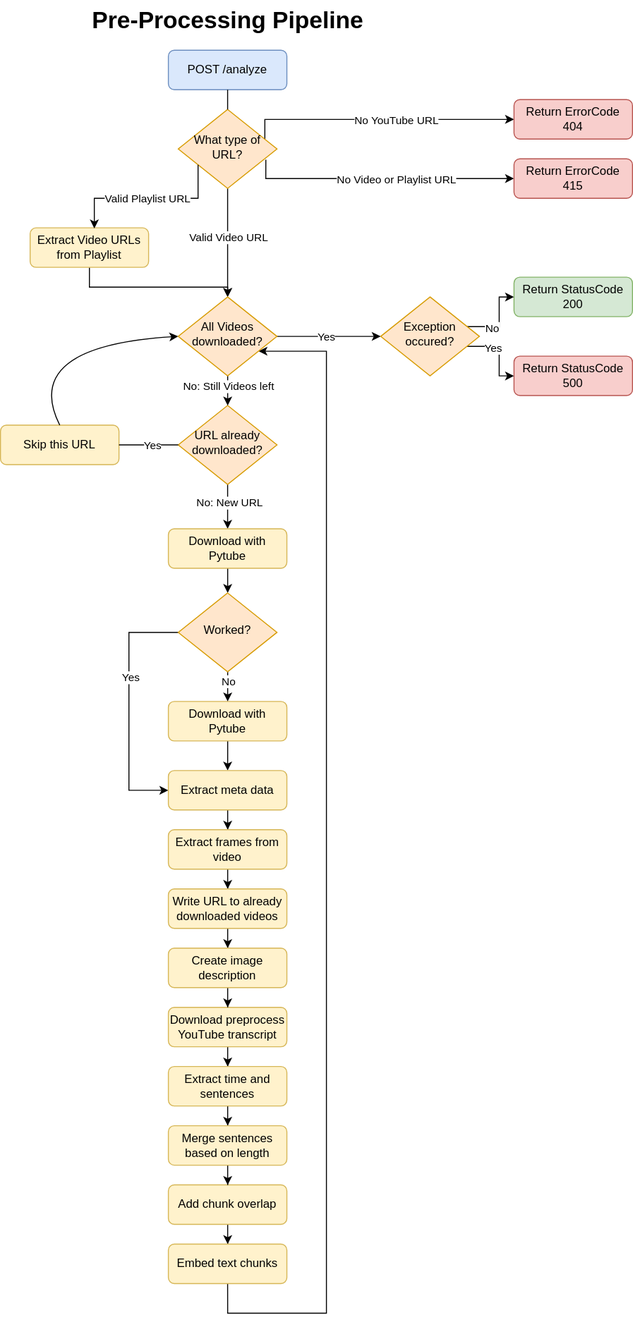
This is media/images/pre-processing-pipeline.svg from dneumnn/AcademicChatBot, a draw.io export, as it was before one commit. Source tidied: cells renumbered, new cells last; positions are measured from the earlier drawing's top-left corner, leaving out a move shared by most shapes.
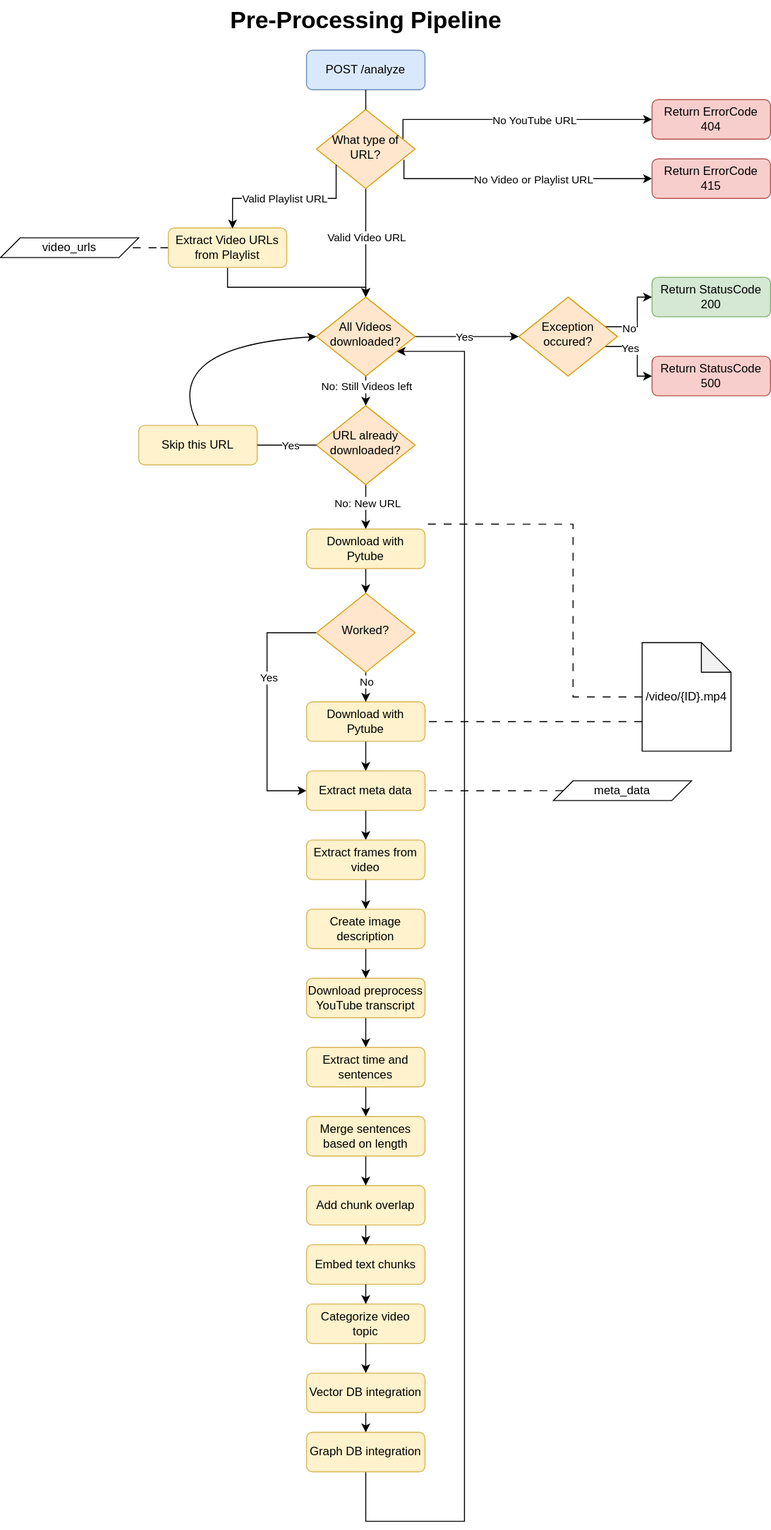
Later version of the same file.

Commit message:
Clean up data pipeline step 1

The edit, as a diff of the source:
```diff
@@ -56,6 +56,9 @@
         </Array>
       </mxGeometry>
     </mxCell>
+    <mxCell id="64" style="edgeStyle=orthogonalEdgeStyle;rounded=0;jettySize=auto;html=1;endArrow=none;endFill=0;dashed=1;dashPattern=8 8;" parent="1" edge="1" source="14" target="73">
+      <mxGeometry relative="1" as="geometry" />
+    </mxCell>
     <mxCell id="14" value="Extract Video URLs from Playlist" style="rounded=1;whiteSpace=wrap;html=1;fontSize=12;glass=0;strokeWidth=1;shadow=0;fillColor=#fff2cc;strokeColor=#d6b656;" parent="1" vertex="1">
       <mxGeometry x="30" y="230" width="120" height="40" as="geometry" />
     </mxCell>
@@ -68,11 +71,11 @@
     <mxCell id="17" value="URL already downloaded?" style="rhombus;whiteSpace=wrap;html=1;shadow=0;fontFamily=Helvetica;fontSize=12;align=center;strokeWidth=1;spacing=6;spacingTop=-4;fillColor=#ffe6cc;strokeColor=#d79b00;" parent="1" vertex="1">
       <mxGeometry x="180" y="410" width="100" height="80" as="geometry" />
     </mxCell>
-    <mxCell id="18" style="edgeStyle=orthogonalEdgeStyle;rounded=0;jettySize=auto;html=1;exitX=0.5;exitY=1;exitDx=0;exitDy=0;" parent="1" edge="1" source="57" target="29">
+    <mxCell id="18" style="edgeStyle=orthogonalEdgeStyle;rounded=0;jettySize=auto;html=1;exitX=0.5;exitY=1;exitDx=0;exitDy=0;" parent="1" edge="1" source="67" target="29">
       <mxGeometry relative="1" as="geometry">
         <Array as="points">
-          <mxPoint x="230" y="1330" />
-          <mxPoint x="330" y="1330" />
+          <mxPoint x="230" y="1540" />
+          <mxPoint x="330" y="1540" />
           <mxPoint x="330" y="355" />
         </Array>
       </mxGeometry>
@@ -177,42 +180,39 @@
     <mxCell id="44" value="Extract meta data" style="rounded=1;whiteSpace=wrap;html=1;fontSize=12;glass=0;strokeWidth=1;shadow=0;fillColor=#fff2cc;strokeColor=#d6b656;" parent="1" vertex="1">
       <mxGeometry x="170" y="780" width="120" height="40" as="geometry" />
     </mxCell>
-    <mxCell id="45" style="edgeStyle=orthogonalEdgeStyle;rounded=0;jettySize=auto;html=1;" parent="1" edge="1" source="46" target="48">
-      <mxGeometry relative="1" as="geometry" />
-    </mxCell>
+    <mxCell id="65" style="edgeStyle=orthogonalEdgeStyle;rounded=0;jettySize=auto;html=1;entryX=0.5;entryY=0;entryDx=0;entryDy=0;" parent="1" edge="1" source="46" target="56">
+      <mxGeometry relative="1" as="geometry" />
+    </mxCell>
     <mxCell id="46" value="Extract frames from video" style="rounded=1;whiteSpace=wrap;html=1;fontSize=12;glass=0;strokeWidth=1;shadow=0;fillColor=#fff2cc;strokeColor=#d6b656;" parent="1" vertex="1">
-      <mxGeometry x="170" y="840" width="120" height="40" as="geometry" />
+      <mxGeometry x="170" y="850" width="120" height="40" as="geometry" />
     </mxCell>
-    <mxCell id="47" style="edgeStyle=orthogonalEdgeStyle;rounded=0;jettySize=auto;html=1;" parent="1" edge="1" source="48" target="56">
-      <mxGeometry relative="1" as="geometry" />
-    </mxCell>
-    <mxCell id="48" value="Write URL to already downloaded videos" style="rounded=1;whiteSpace=wrap;html=1;fontSize=12;glass=0;strokeWidth=1;shadow=0;fillColor=#fff2cc;strokeColor=#d6b656;" parent="1" vertex="1">
-      <mxGeometry x="170" y="900" width="120" height="40" as="geometry" />
-    </mxCell>
     <mxCell id="49" style="edgeStyle=orthogonalEdgeStyle;rounded=0;jettySize=auto;html=1;" parent="1" edge="1" source="50" target="52">
       <mxGeometry relative="1" as="geometry" />
     </mxCell>
     <mxCell id="50" value="Download preprocess YouTube transcript" style="rounded=1;whiteSpace=wrap;html=1;fontSize=12;glass=0;strokeWidth=1;shadow=0;fillColor=#fff2cc;strokeColor=#d6b656;" parent="1" vertex="1">
-      <mxGeometry x="170" y="1020" width="120" height="40" as="geometry" />
+      <mxGeometry x="170" y="990" width="120" height="40" as="geometry" />
     </mxCell>
     <mxCell id="51" style="edgeStyle=orthogonalEdgeStyle;rounded=0;jettySize=auto;html=1;" parent="1" edge="1" source="52" target="54">
       <mxGeometry relative="1" as="geometry" />
     </mxCell>
     <mxCell id="52" value="Extract time and sentences" style="rounded=1;whiteSpace=wrap;html=1;fontSize=12;glass=0;strokeWidth=1;shadow=0;fillColor=#fff2cc;strokeColor=#d6b656;" parent="1" vertex="1">
-      <mxGeometry x="170" y="1080" width="120" height="40" as="geometry" />
+      <mxGeometry x="170" y="1060" width="120" height="40" as="geometry" />
     </mxCell>
     <mxCell id="53" style="edgeStyle=orthogonalEdgeStyle;rounded=0;jettySize=auto;html=1;" parent="1" edge="1" source="54" target="20">
       <mxGeometry relative="1" as="geometry" />
     </mxCell>
     <mxCell id="54" value="Merge sentences based on length" style="rounded=1;whiteSpace=wrap;html=1;fontSize=12;glass=0;strokeWidth=1;shadow=0;fillColor=#fff2cc;strokeColor=#d6b656;" parent="1" vertex="1">
-      <mxGeometry x="170" y="1140" width="120" height="40" as="geometry" />
+      <mxGeometry x="170" y="1130" width="120" height="40" as="geometry" />
     </mxCell>
     <mxCell id="55" style="edgeStyle=orthogonalEdgeStyle;rounded=0;jettySize=auto;html=1;" parent="1" edge="1" source="56" target="50">
       <mxGeometry relative="1" as="geometry" />
     </mxCell>
     <mxCell id="56" value="Create image description" style="rounded=1;whiteSpace=wrap;html=1;fontSize=12;glass=0;strokeWidth=1;shadow=0;fillColor=#fff2cc;strokeColor=#d6b656;" parent="1" vertex="1">
-      <mxGeometry x="170" y="960" width="120" height="40" as="geometry" />
+      <mxGeometry x="170" y="920" width="120" height="40" as="geometry" />
     </mxCell>
+    <mxCell id="66" style="edgeStyle=orthogonalEdgeStyle;rounded=0;jettySize=auto;html=1;entryX=0.5;entryY=0;entryDx=0;entryDy=0;" parent="1" edge="1" source="71" target="67">
+      <mxGeometry relative="1" as="geometry" />
+    </mxCell>
     <mxCell id="57" value="Embed text chunks" style="rounded=1;whiteSpace=wrap;html=1;fontSize=12;glass=0;strokeWidth=1;shadow=0;fillColor=#fff2cc;strokeColor=#d6b656;" parent="1" vertex="1">
       <mxGeometry x="170" y="1260" width="120" height="40" as="geometry" />
     </mxCell>
@@ -244,5 +244,54 @@
     <mxCell id="63" value="Exception occured?" style="rhombus;whiteSpace=wrap;html=1;shadow=0;fontFamily=Helvetica;fontSize=12;align=center;strokeWidth=1;spacing=6;spacingTop=-4;fillColor=#ffe6cc;strokeColor=#d79b00;" parent="1" vertex="1">
       <mxGeometry x="385" y="300" width="100" height="80" as="geometry" />
     </mxCell>
+    <mxCell id="67" value="Graph DB integration" style="rounded=1;whiteSpace=wrap;html=1;fontSize=12;glass=0;strokeWidth=1;shadow=0;fillColor=#fff2cc;strokeColor=#d6b656;" parent="1" vertex="1">
+      <mxGeometry x="170" y="1450" width="120" height="40" as="geometry" />
+    </mxCell>
+    <mxCell id="68" style="edgeStyle=orthogonalEdgeStyle;rounded=0;jettySize=auto;html=1;entryX=0.5;entryY=0;entryDx=0;entryDy=0;" parent="1" edge="1" source="57" target="69">
+      <mxGeometry relative="1" as="geometry" />
+    </mxCell>
+    <mxCell id="69" value="Categorize video topic" style="rounded=1;whiteSpace=wrap;html=1;fontSize=12;glass=0;strokeWidth=1;shadow=0;fillColor=#fff2cc;strokeColor=#d6b656;" parent="1" vertex="1">
+      <mxGeometry x="170" y="1320" width="120" height="40" as="geometry" />
+    </mxCell>
+    <mxCell id="70" style="edgeStyle=orthogonalEdgeStyle;rounded=0;jettySize=auto;html=1;entryX=0.5;entryY=0;entryDx=0;entryDy=0;" parent="1" edge="1" source="69" target="71">
+      <mxGeometry relative="1" as="geometry" />
+    </mxCell>
+    <mxCell id="71" value="Vector DB integration" style="rounded=1;whiteSpace=wrap;html=1;fontSize=12;glass=0;strokeWidth=1;shadow=0;fillColor=#fff2cc;strokeColor=#d6b656;" parent="1" vertex="1">
+      <mxGeometry x="170" y="1390" width="120" height="40" as="geometry" />
+    </mxCell>
+    <mxCell id="72" value="/video/{ID}.mp4" style="shape=note;whiteSpace=wrap;html=1;backgroundOutline=1;darkOpacity=0.05;" parent="1" vertex="1">
+      <mxGeometry x="510" y="650" width="90" height="110" as="geometry" />
+    </mxCell>
+    <mxCell id="73" value="video_urls" style="shape=parallelogram;perimeter=parallelogramPerimeter;whiteSpace=wrap;html=1;fixedSize=1;" parent="1" vertex="1">
+      <mxGeometry x="-140" y="240" width="140" height="20" as="geometry" />
+    </mxCell>
+    <mxCell id="74" style="edgeStyle=orthogonalEdgeStyle;rounded=0;jettySize=auto;html=1;endArrow=none;endFill=0;dashed=1;dashPattern=8 8;" parent="1" edge="1" source="72">
+      <mxGeometry relative="1" as="geometry">
+        <mxPoint x="290" y="530" as="targetPoint" />
+        <Array as="points">
+          <mxPoint x="440" y="705" />
+          <mxPoint x="440" y="530" />
+        </Array>
+      </mxGeometry>
+    </mxCell>
+    <mxCell id="75" style="edgeStyle=orthogonalEdgeStyle;rounded=0;jettySize=auto;html=1;endArrow=none;endFill=0;dashed=1;dashPattern=8 8;" parent="1" edge="1" source="72" target="37">
+      <mxGeometry relative="1" as="geometry">
+        <Array as="points">
+          <mxPoint x="490" y="730" />
+          <mxPoint x="490" y="730" />
+        </Array>
+      </mxGeometry>
+    </mxCell>
+    <mxCell id="76" value="meta_data" style="shape=parallelogram;perimeter=parallelogramPerimeter;whiteSpace=wrap;html=1;fixedSize=1;" parent="1" vertex="1">
+      <mxGeometry x="420" y="790" width="140" height="20" as="geometry" />
+    </mxCell>
+    <mxCell id="77" style="edgeStyle=orthogonalEdgeStyle;rounded=0;jettySize=auto;html=1;endArrow=none;endFill=0;dashed=1;dashPattern=8 8;entryX=1;entryY=0.5;entryDx=0;entryDy=0;exitX=0;exitY=0.5;exitDx=0;exitDy=0;" parent="1" edge="1" source="76" target="44">
+      <mxGeometry relative="1" as="geometry">
+        <Array as="points">
+          <mxPoint x="360" y="800" />
+          <mxPoint x="360" y="800" />
+        </Array>
+      </mxGeometry>
+    </mxCell>
   </root>
 </mxGraphModel>
```
